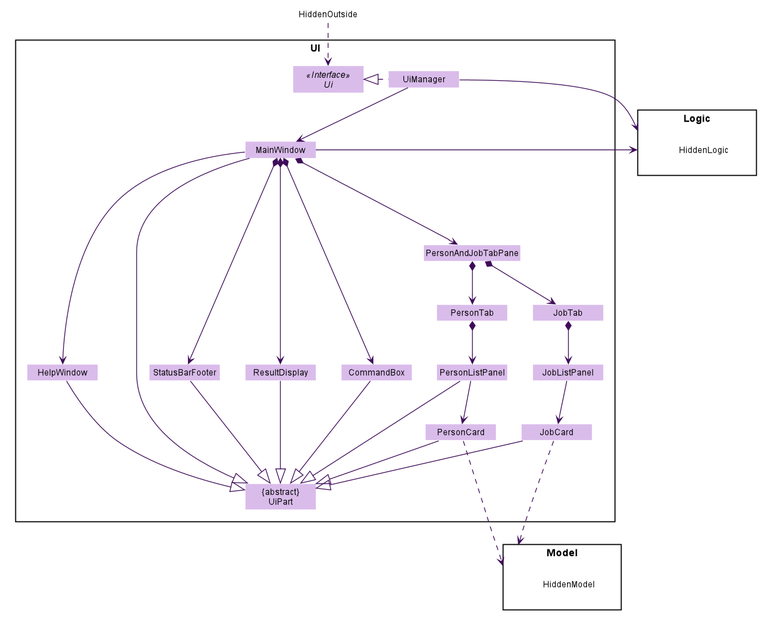
Above: docs/images/UiClassDiagram.png in vanGoghhh/tp (PlantUML), before the change.
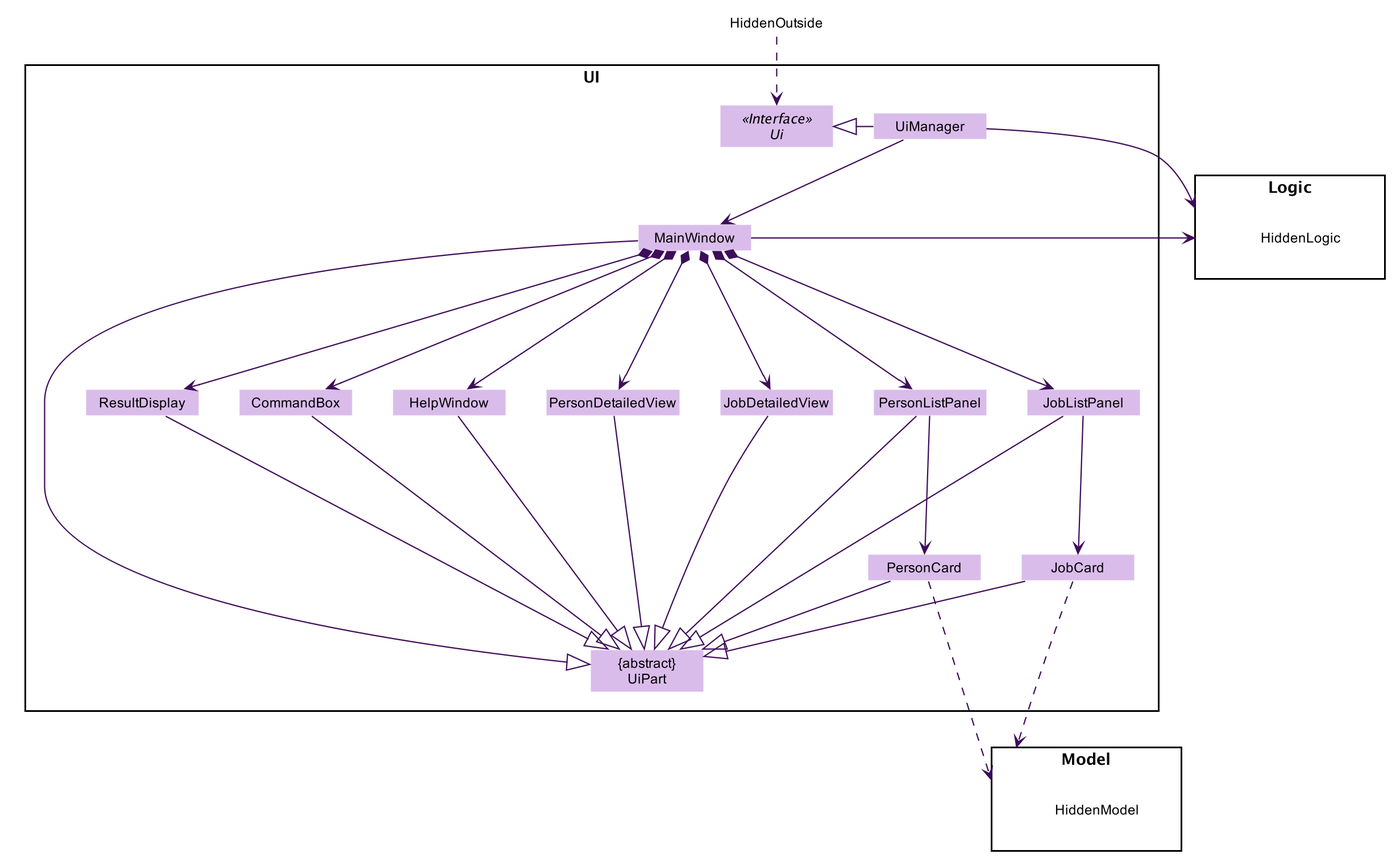
After the commit.

Diff of the diagram source:
```diff
@@ -62,13 +62,11 @@
 Class ResultDisplay
 Class PersonListPanel
 Class JobListPanel
-Class PersonAndJobTabPane
 Class PersonCard
 Class JobCard
-Class StatusBarFooter
 Class CommandBox
-Class PersonTab
-Class JobTab
+Class PersonDetailedView
+Class JobDetailedView
 
 }
 
@@ -83,42 +81,43 @@
 Class HiddenOutside #FFFFFF
 HiddenOutside ..> Ui
 
-UiManager .left.|> Ui
-UiManager -down-> MainWindow
-MainWindow --> HelpWindow
-MainWindow *-down-> CommandBox
-MainWindow *-down-> ResultDisplay
-MainWindow *-down-> StatusBarFooter
-MainWindow *-down--> PersonAndJobTabPane
+UiManager -left-|> Ui
+UiManager --> MainWindow
+MainWindow *---> HelpWindow
+MainWindow *---> CommandBox
+MainWindow *---> ResultDisplay
+MainWindow *---> PersonListPanel
+MainWindow *---> JobListPanel
+MainWindow *---> PersonDetailedView
+MainWindow *---> JobDetailedView
 
-PersonAndJobTabPane *-down-> PersonTab
-PersonAndJobTabPane *-down-> JobTab
+PersonListPanel ---> PersonCard
+JobListPanel ---> JobCard
 
-PersonTab *-down-> PersonListPanel
-JobTab *-down-> JobListPanel
+MainWindow --|> UiPart
+ResultDisplay --|> UiPart
+PersonListPanel --|> UiPart
+JobListPanel --|> UiPart
+CommandBox --|> UiPart
+PersonCard --|> UiPart
+PersonDetailedView --|> UiPart
+JobDetailedView --|> UiPart
+HelpWindow --|> UiPart
+JobCard --|> UiPart
 
-PersonListPanel --> PersonCard
-JobListPanel --> JobCard
 
-MainWindow -left-|> UiPart
-
-ResultDisplay --|> UiPart
-CommandBox --|> UiPart
-PersonListPanel --|> UiPart
-PersonCard --|> UiPart
-StatusBarFooter --|> UiPart
-HelpWindow -down-|> UiPart
-JobCard -down-|> UiPart
 
 JobCard .down..>Model
 PersonCard .down..>Model
 UiManager -right-> Logic
 MainWindow -left-> Logic
 
+PersonDetailedView -[hidden]left- PersonListPanel
+JobDetailedView -[hidden]left- JobListPanel
 PersonListPanel -[hidden]left- HelpWindow
 HelpWindow -[hidden]left- CommandBox
 CommandBox -[hidden]left- ResultDisplay
-ResultDisplay -[hidden]left- StatusBarFooter
 
-MainWindow -[hidden]-|> UiPart
+
+
 @enduml
```
